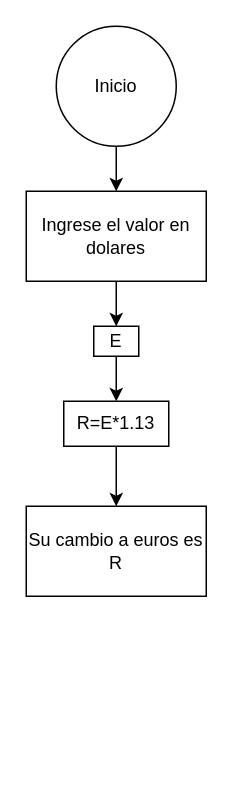
This is Conversordeeuros.drawio from Gabo030202/Programacion2025, a draw.io file, before an edit. Source tidied: cells renumbered, new cells numbered last; positions are measured from the earlier drawing's top-left corner, leaving out a move shared by most shapes. Both pictures are drawn from the tidied source at 150%, with x=0, y=0 at pixel (26, 26).
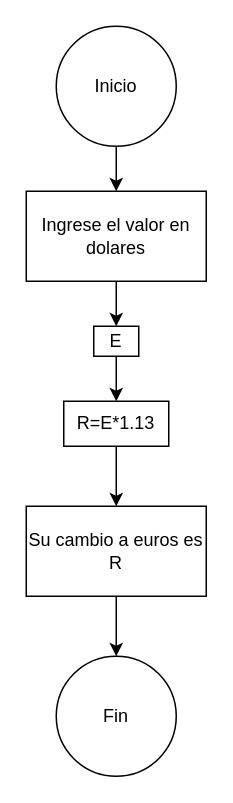
The same diagram, later.

What changed in the source:
```diff
@@
 <mxGraphModel>
   <root>
     <mxCell id="0" />
     <mxCell id="1" parent="0" />
     <mxCell id="2" style="edgeStyle=orthogonalEdgeStyle;rounded=0;jettySize=auto;html=1;" parent="1" edge="1" source="3" target="5">
       <mxGeometry relative="1" as="geometry" />
     </mxCell>
     <mxCell id="3" value="Inicio" style="ellipse;whiteSpace=wrap;html=1;" parent="1" vertex="1">
       <mxGeometry x="20" width="80" height="80" as="geometry" />
     </mxCell>
     <mxCell id="4" style="edgeStyle=orthogonalEdgeStyle;rounded=0;jettySize=auto;html=1;" parent="1" edge="1" source="5" target="7">
       <mxGeometry relative="1" as="geometry" />
     </mxCell>
     <mxCell id="5" value="Ingrese el valor en dolares" style="whiteSpace=wrap;html=1;" parent="1" vertex="1">
       <mxGeometry y="110" width="120" height="60" as="geometry" />
     </mxCell>
     <mxCell id="6" style="edgeStyle=orthogonalEdgeStyle;rounded=0;jettySize=auto;html=1;" parent="1" edge="1" source="7" target="9">
       <mxGeometry relative="1" as="geometry" />
     </mxCell>
     <mxCell id="7" value="E" style="whiteSpace=wrap;html=1;" parent="1" vertex="1">
       <mxGeometry x="45" y="200" width="30" height="20" as="geometry" />
     </mxCell>
     <mxCell id="8" style="edgeStyle=orthogonalEdgeStyle;rounded=0;jettySize=auto;html=1;" parent="1" edge="1" source="9" target="10">
       <mxGeometry relative="1" as="geometry" />
     </mxCell>
     <mxCell id="9" value="R=E*1.13" style="whiteSpace=wrap;html=1;" parent="1" vertex="1">
       <mxGeometry x="25" y="250" width="70" height="30" as="geometry" />
     </mxCell>
+    <mxCell id="11" style="edgeStyle=orthogonalEdgeStyle;rounded=0;jettySize=auto;html=1;" parent="1" edge="1" source="10" target="12">
+      <mxGeometry relative="1" as="geometry" />
+    </mxCell>
     <mxCell id="10" value="Su cambio a euros es R" style="whiteSpace=wrap;html=1;" parent="1" vertex="1">
       <mxGeometry y="320" width="120" height="60" as="geometry" />
     </mxCell>
+    <mxCell id="12" value="Fin" style="ellipse;whiteSpace=wrap;html=1;" parent="1" vertex="1">
+      <mxGeometry x="20" y="420" width="80" height="80" as="geometry" />
+    </mxCell>
   </root>
 </mxGraphModel>
```
